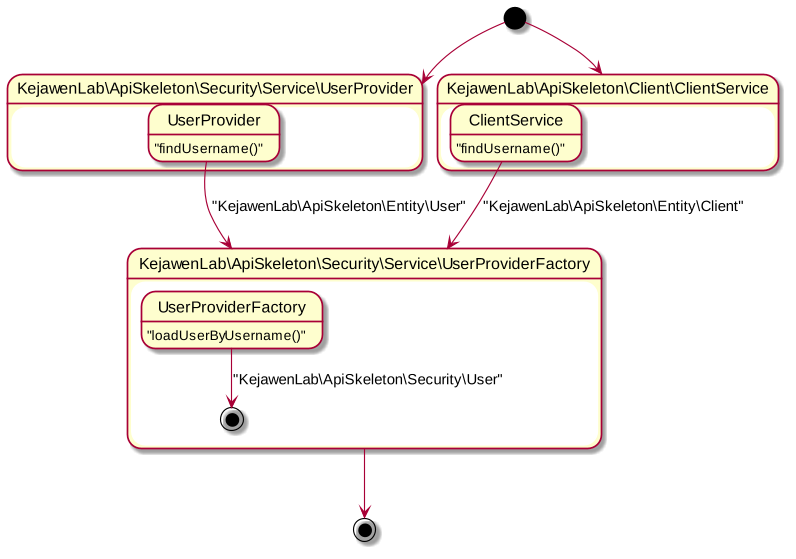
Earlier version of the PlantUML export doc/assets/user_state.png (KejawenLab/SemartApiSkeleton).
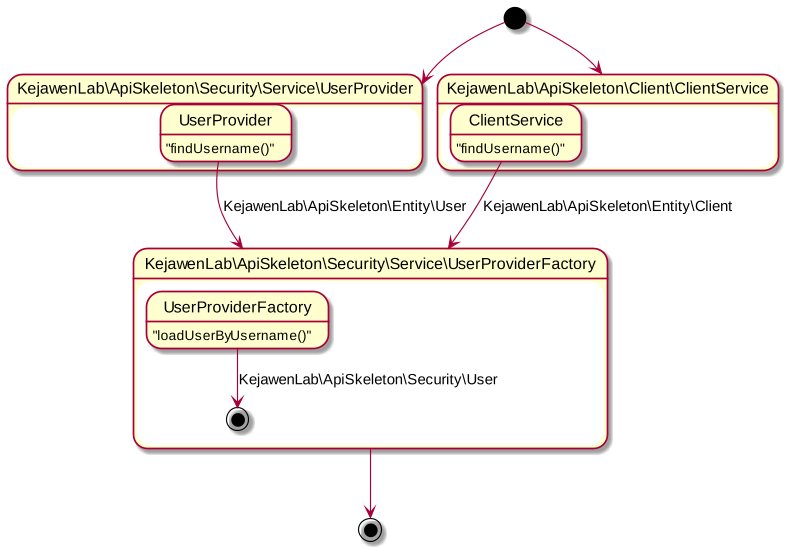
Later version of the same file.

What changed in the source:
```diff
@@ -6,17 +6,17 @@
 
 state "KejawenLab\ApiSkeleton\Security\Service\UserProvider" as userProvider {
   state UserProvider: "findUsername()"
-  UserProvider --> providerFactory: "KejawenLab\ApiSkeleton\Entity\User"
+  UserProvider --> providerFactory: KejawenLab\ApiSkeleton\Entity\User
 }
 
 state "KejawenLab\ApiSkeleton\Client\ClientService" as clientProvider {
   state ClientService: "findUsername()"
-  ClientService --> providerFactory: "KejawenLab\ApiSkeleton\Entity\Client"
+  ClientService --> providerFactory: KejawenLab\ApiSkeleton\Entity\Client
 }
 
 state "KejawenLab\ApiSkeleton\Security\Service\UserProviderFactory" as providerFactory {
   state UserProviderFactory: "loadUserByUsername()"
-  UserProviderFactory --> [*]: "KejawenLab\ApiSkeleton\Security\User"
+  UserProviderFactory --> [*]: KejawenLab\ApiSkeleton\Security\User
 }
 
 providerFactory --> [*]
```
